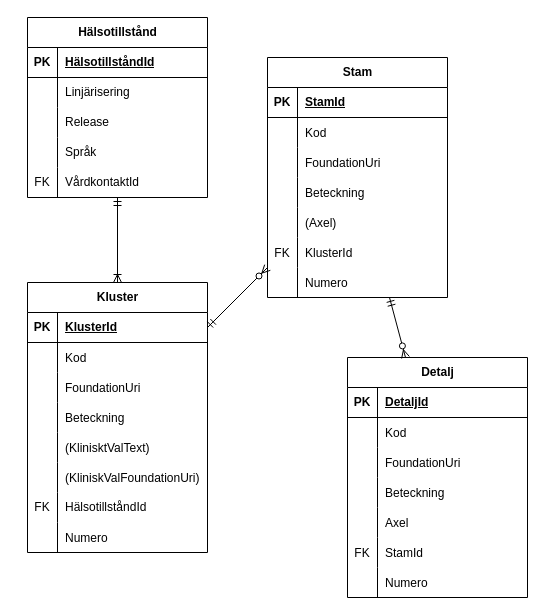
Earlier version of the draw.io diagram page "Logisk DB" (5 of 6) of Klassmodell ICD11.drawio (bhagqvist-consid/ICD11). Source tidied: cells renumbered, new cells numbered last; positions are measured from the earlier drawing's top-left corner, leaving out a move shared by most shapes. Both pictures are drawn from the tidied source at 100%, with x=0, y=0 at pixel (27, 17).
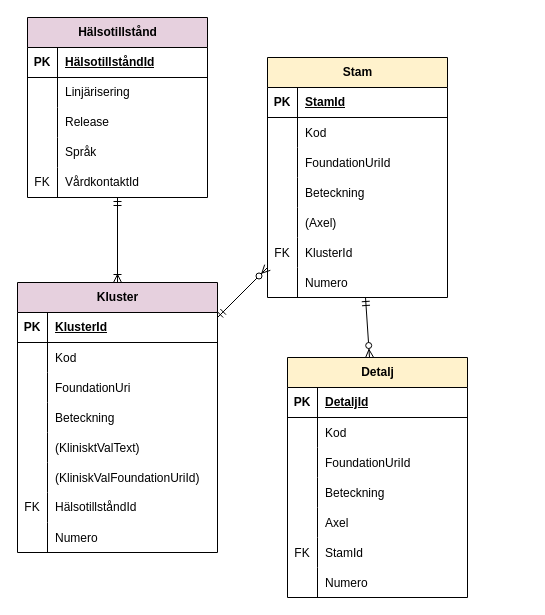
After the change.

The change refers to these unchanged cells:
```xml
<mxCell id="35" style="shape=tableRow;horizontal=0;startSize=0;swimlaneHead=0;swimlaneBody=0;fillColor=none;top=0;left=0;right=0;bottom=0;" parent="28" vertex="1">
  <mxGeometry y="90" width="180" height="30" as="geometry" />
</mxCell>
<mxCell id="57" style="shape=tableRow;horizontal=0;startSize=0;swimlaneHead=0;swimlaneBody=0;fillColor=none;top=0;left=0;right=0;bottom=0;" parent="50" vertex="1">
  <mxGeometry y="90" width="180" height="30" as="geometry" />
</mxCell>
```

Change to the diagram source:
```diff
@@
-    <mxCell id="2" value="Kluster" style="shape=table;startSize=30;childLayout=tableLayout;rowLines=0;fontStyle=1;align=center;html=1;" parent="1" vertex="1">
-      <mxGeometry y="265" width="180" height="270" as="geometry" />
+    <mxCell id="2" value="Kluster" style="shape=table;startSize=30;childLayout=tableLayout;rowLines=0;fontStyle=1;align=center;html=1;fillColor=#E6D0DE;" parent="1" vertex="1">
+      <mxGeometry x="-10" y="265" width="200" height="270" as="geometry" />
     </mxCell>
     <mxCell id="3" style="shape=tableRow;horizontal=0;startSize=0;swimlaneHead=0;swimlaneBody=0;fillColor=none;top=0;left=0;right=0;bottom=1;" parent="2" vertex="1">
-      <mxGeometry y="30" width="180" height="30" as="geometry" />
+      <mxGeometry y="30" width="200" height="30" as="geometry" />
     </mxCell>
@@
     <mxCell id="5" value="KlusterId" style="shape=partialRectangle;fillColor=none;top=0;left=0;bottom=0;right=0;align=left;spacingLeft=6;fontStyle=5;overflow=hidden;whiteSpace=wrap;html=1;" parent="3" vertex="1">
-      <mxGeometry x="30" width="150" height="30" as="geometry" />
+      <mxGeometry x="30" width="170" height="30" as="geometry" />
     </mxCell>
     <mxCell id="6" style="shape=tableRow;horizontal=0;startSize=0;swimlaneHead=0;swimlaneBody=0;fillColor=none;top=0;left=0;right=0;bottom=0;" parent="2" vertex="1">
-      <mxGeometry y="60" width="180" height="30" as="geometry" />
+      <mxGeometry y="60" width="200" height="30" as="geometry" />
     </mxCell>
@@
     <mxCell id="8" value="Kod" style="shape=partialRectangle;fillColor=none;top=0;left=0;bottom=0;right=0;align=left;spacingLeft=6;overflow=hidden;" parent="6" vertex="1">
-      <mxGeometry x="30" width="150" height="30" as="geometry" />
+      <mxGeometry x="30" width="170" height="30" as="geometry" />
     </mxCell>
     <mxCell id="9" style="shape=tableRow;horizontal=0;startSize=0;swimlaneHead=0;swimlaneBody=0;fillColor=none;top=0;left=0;right=0;bottom=0;" parent="2" vertex="1">
-      <mxGeometry y="90" width="180" height="30" as="geometry" />
+      <mxGeometry y="90" width="200" height="30" as="geometry" />
     </mxCell>
@@
     <mxCell id="11" value="FoundationUri" style="shape=partialRectangle;fillColor=none;top=0;left=0;bottom=0;right=0;align=left;spacingLeft=6;overflow=hidden;" parent="9" vertex="1">
-      <mxGeometry x="30" width="150" height="30" as="geometry" />
+      <mxGeometry x="30" width="170" height="30" as="geometry" />
     </mxCell>
     <mxCell id="12" style="shape=tableRow;horizontal=0;startSize=0;swimlaneHead=0;swimlaneBody=0;fillColor=none;top=0;left=0;right=0;bottom=0;" parent="2" vertex="1">
-      <mxGeometry y="120" width="180" height="30" as="geometry" />
+      <mxGeometry y="120" width="200" height="30" as="geometry" />
     </mxCell>
@@
     <mxCell id="14" value="Beteckning" style="shape=partialRectangle;fillColor=none;top=0;left=0;bottom=0;right=0;align=left;spacingLeft=6;overflow=hidden;" parent="12" vertex="1">
-      <mxGeometry x="30" width="150" height="30" as="geometry" />
+      <mxGeometry x="30" width="170" height="30" as="geometry" />
     </mxCell>
     <mxCell id="15" style="shape=tableRow;horizontal=0;startSize=0;swimlaneHead=0;swimlaneBody=0;fillColor=none;top=0;left=0;right=0;bottom=0;" parent="2" vertex="1">
-      <mxGeometry y="150" width="180" height="30" as="geometry" />
+      <mxGeometry y="150" width="200" height="30" as="geometry" />
     </mxCell>
@@
     <mxCell id="17" value="(KlinisktValText)" style="shape=partialRectangle;fillColor=none;top=0;left=0;bottom=0;right=0;align=left;spacingLeft=6;overflow=hidden;" parent="15" vertex="1">
-      <mxGeometry x="30" width="150" height="30" as="geometry" />
+      <mxGeometry x="30" width="170" height="30" as="geometry" />
     </mxCell>
     <mxCell id="18" style="shape=tableRow;horizontal=0;startSize=0;swimlaneHead=0;swimlaneBody=0;fillColor=none;top=0;left=0;right=0;bottom=0;" parent="2" vertex="1">
-      <mxGeometry y="180" width="180" height="30" as="geometry" />
+      <mxGeometry y="180" width="200" height="30" as="geometry" />
     </mxCell>
@@
-    <mxCell id="20" value="(KliniskValFoundationUri)" style="shape=partialRectangle;fillColor=none;top=0;left=0;bottom=0;right=0;align=left;spacingLeft=6;overflow=hidden;" parent="18" vertex="1">
-      <mxGeometry x="30" width="150" height="30" as="geometry" />
+    <mxCell id="20" value="(KliniskValFoundationUriId)" style="shape=partialRectangle;fillColor=none;top=0;left=0;bottom=0;right=0;align=left;spacingLeft=6;overflow=hidden;" parent="18" vertex="1">
+      <mxGeometry x="30" width="170" height="30" as="geometry" />
     </mxCell>
     <mxCell id="21" style="shape=tableRow;horizontal=0;startSize=0;swimlaneHead=0;swimlaneBody=0;fillColor=none;top=0;left=0;right=0;bottom=0;" parent="2" vertex="1">
-      <mxGeometry y="210" width="180" height="30" as="geometry" />
+      <mxGeometry y="210" width="200" height="30" as="geometry" />
     </mxCell>
@@
     <mxCell id="23" value="&lt;span style=&quot;text-wrap-mode: nowrap; text-align: center;&quot;&gt;Hälsotillstånd&lt;/span&gt;Id" style="shape=partialRectangle;fillColor=none;top=0;left=0;bottom=0;right=0;align=left;spacingLeft=6;fontStyle=0;overflow=hidden;whiteSpace=wrap;html=1;" parent="21" vertex="1">
-      <mxGeometry x="30" width="150" height="30" as="geometry" />
+      <mxGeometry x="30" width="170" height="30" as="geometry" />
     </mxCell>
     <mxCell id="24" style="shape=tableRow;horizontal=0;startSize=0;swimlaneHead=0;swimlaneBody=0;fillColor=none;top=0;left=0;right=0;bottom=0;" parent="2" vertex="1">
-      <mxGeometry y="240" width="180" height="30" as="geometry" />
+      <mxGeometry y="240" width="200" height="30" as="geometry" />
     </mxCell>
@@
     <mxCell id="26" value="Numero" style="shape=partialRectangle;fillColor=none;top=0;left=0;bottom=0;right=0;align=left;spacingLeft=6;overflow=hidden;" parent="24" vertex="1">
-      <mxGeometry x="30" width="150" height="30" as="geometry" />
+      <mxGeometry x="30" width="170" height="30" as="geometry" />
     </mxCell>
@@
-    <mxCell id="28" value="Stam" style="shape=table;startSize=30;childLayout=tableLayout;rowLines=0;fontStyle=1;align=center;html=1;" parent="1" vertex="1">
+    <mxCell id="28" value="Stam" style="shape=table;startSize=30;childLayout=tableLayout;rowLines=0;fontStyle=1;align=center;html=1;fillColor=#FFF2CC;" parent="1" vertex="1">
       <mxGeometry x="240" y="40" width="180" height="240" as="geometry" />
     </mxCell>
@@
-    <mxCell id="37" value="FoundationUri" style="shape=partialRectangle;fillColor=none;top=0;left=0;bottom=0;right=0;align=left;spacingLeft=6;overflow=hidden;" parent="35" vertex="1">
+    <mxCell id="37" value="FoundationUriId" style="shape=partialRectangle;fillColor=none;top=0;left=0;bottom=0;right=0;align=left;spacingLeft=6;overflow=hidden;" parent="35" vertex="1">
       <mxGeometry x="30" width="150" height="30" as="geometry" />
     </mxCell>
@@
-    <mxCell id="50" value="Detalj" style="shape=table;startSize=30;childLayout=tableLayout;rowLines=0;fontStyle=1;align=center;html=1;" parent="1" vertex="1">
-      <mxGeometry x="320" y="340" width="180" height="240" as="geometry" />
+    <mxCell id="50" value="Detalj" style="shape=table;startSize=30;childLayout=tableLayout;rowLines=0;fontStyle=1;align=center;html=1;fillColor=#FFF2CC;" parent="1" vertex="1">
+      <mxGeometry x="260" y="340" width="180" height="240" as="geometry" />
     </mxCell>
@@
-    <mxCell id="59" value="FoundationUri" style="shape=partialRectangle;fillColor=none;top=0;left=0;bottom=0;right=0;align=left;spacingLeft=6;overflow=hidden;" parent="57" vertex="1">
+    <mxCell id="59" value="FoundationUriId" style="shape=partialRectangle;fillColor=none;top=0;left=0;bottom=0;right=0;align=left;spacingLeft=6;overflow=hidden;" parent="57" vertex="1">
       <mxGeometry x="30" width="150" height="30" as="geometry" />
     </mxCell>
@@
-    <mxCell id="74" value="Hälsotillstånd" style="shape=table;startSize=30;childLayout=tableLayout;rowLines=0;fontStyle=1;align=center;html=1;" parent="1" vertex="1">
+    <mxCell id="74" value="Hälsotillstånd" style="shape=table;startSize=30;childLayout=tableLayout;rowLines=0;fontStyle=1;align=center;html=1;fillColor=#E6D0DE;" parent="1" vertex="1">
       <mxGeometry width="180" height="180" as="geometry" />
     </mxCell>
```
